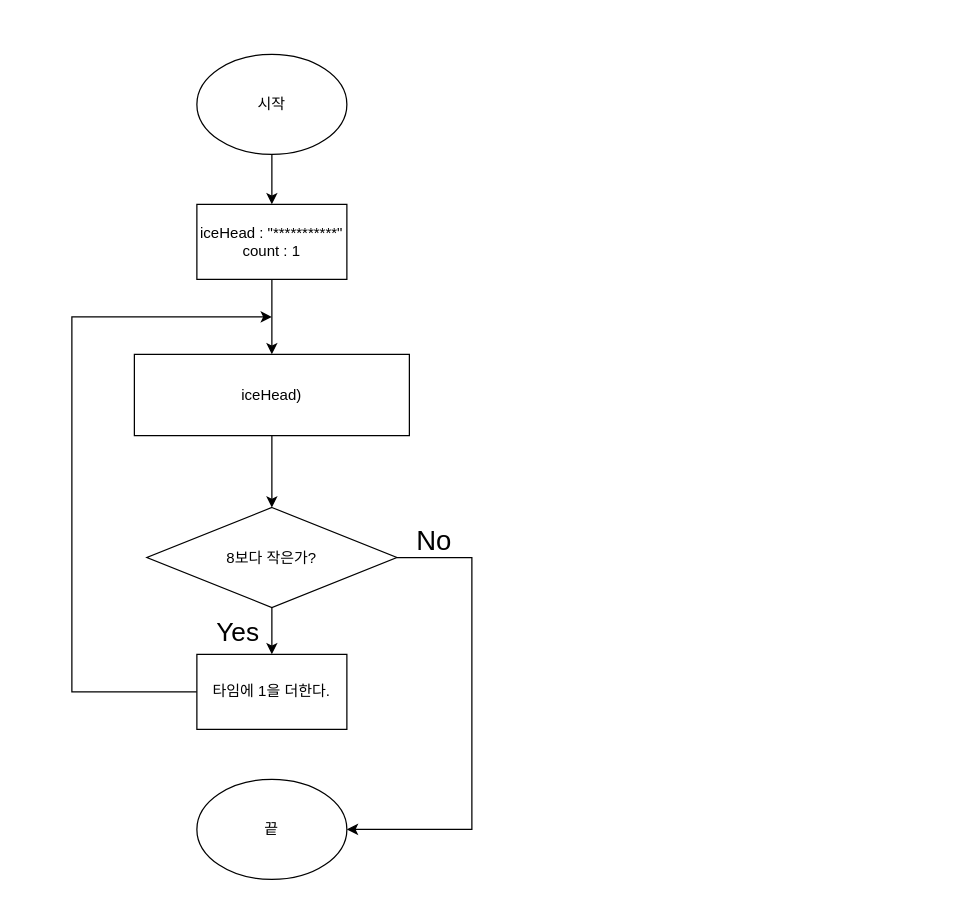
yagom-academy/swift-starter-Round1 keeps this draw.io diagram as CodeStarterCamp_Week1/아이스크림.drawio. Above is the earlier version. Source tidied: cells renumbered, new cells numbered last; positions are measured from the earlier drawing's top-left corner, leaving out a move shared by most shapes. Both pictures are drawn from the tidied source at 125%, with x=0, y=0 at pixel (71, 54).
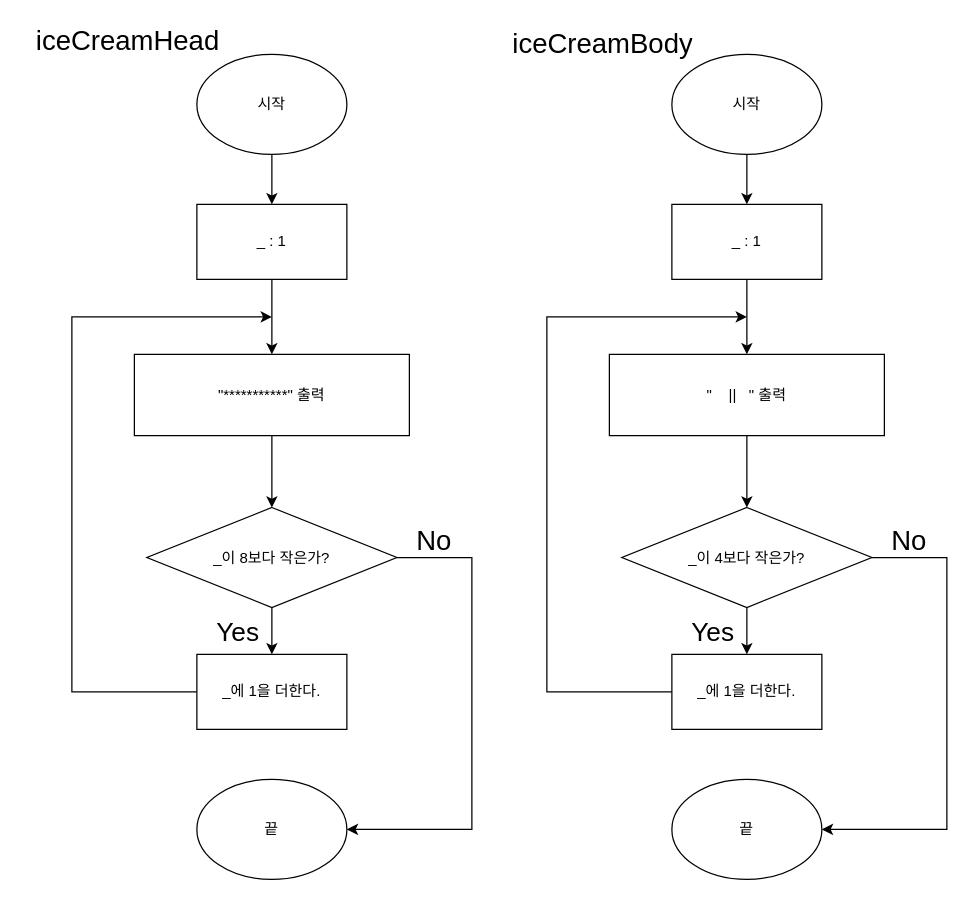
After the change.

Commit message:
아이스크림.drawio 업데이트

The change refers to these unchanged cells:
```xml
<mxCell id="3" value="시작" style="ellipse;whiteSpace=wrap;html=1;" parent="1" vertex="1">
  <mxGeometry x="100" width="120" height="80" as="geometry" />
</mxCell>
<mxCell id="13" value="끝" style="ellipse;whiteSpace=wrap;html=1;" parent="1" vertex="1">
  <mxGeometry x="100" y="580" width="120" height="80" as="geometry" />
</mxCell>
```

The edit, as a diff of the source:
```diff
@@
-    <mxCell id="2" style="edgeStyle=orthogonalEdgeStyle;rounded=0;jettySize=auto;html=1;" parent="1" edge="1" source="3" target="5">
-      <mxGeometry relative="1" as="geometry" />
-    </mxCell>
+    <mxCell id="16" style="edgeStyle=orthogonalEdgeStyle;rounded=0;jettySize=auto;html=1;" parent="1" edge="1" source="3" target="18">
+      <mxGeometry relative="1" as="geometry" />
+    </mxCell>
@@
-    <mxCell id="4" style="edgeStyle=orthogonalEdgeStyle;rounded=0;jettySize=auto;html=1;" parent="1" edge="1" source="5" target="7">
-      <mxGeometry relative="1" as="geometry" />
-    </mxCell>
-    <mxCell id="5" value="iceHead : &quot;***********&quot;&lt;br&gt;count : 1" style="whiteSpace=wrap;html=1;" parent="1" vertex="1">
-      <mxGeometry x="100" y="120" width="120" height="60" as="geometry" />
-    </mxCell>
-    <mxCell id="6" style="edgeStyle=orthogonalEdgeStyle;rounded=0;jettySize=auto;html=1;" parent="1" edge="1" source="7" target="10">
-      <mxGeometry relative="1" as="geometry" />
-    </mxCell>
-    <mxCell id="7" value="iceHead)" style="whiteSpace=wrap;html=1;" parent="1" vertex="1">
-      <mxGeometry x="50" y="240" width="220" height="65" as="geometry" />
-    </mxCell>
-    <mxCell id="8" style="edgeStyle=orthogonalEdgeStyle;rounded=0;jettySize=auto;html=1;" parent="1" edge="1" source="10" target="12">
-      <mxGeometry relative="1" as="geometry" />
-    </mxCell>
-    <mxCell id="9" style="edgeStyle=orthogonalEdgeStyle;rounded=0;jettySize=auto;html=1;exitX=1;exitY=0.5;exitDx=0;exitDy=0;entryX=1;entryY=0.5;entryDx=0;entryDy=0;" parent="1" edge="1" source="10" target="13">
-      <mxGeometry relative="1" as="geometry">
-        <Array as="points">
-          <mxPoint x="320" y="403" />
-          <mxPoint x="320" y="620" />
-        </Array>
-      </mxGeometry>
-    </mxCell>
-    <mxCell id="10" value="8보다 작은가?" style="rhombus;whiteSpace=wrap;html=1;" parent="1" vertex="1">
-      <mxGeometry x="60" y="362.5" width="200" height="80" as="geometry" />
-    </mxCell>
-    <mxCell id="11" style="edgeStyle=orthogonalEdgeStyle;rounded=0;jettySize=auto;html=1;exitX=0;exitY=0.5;exitDx=0;exitDy=0;" parent="1" edge="1" source="12">
-      <mxGeometry relative="1" as="geometry">
-        <mxPoint x="160" y="210" as="targetPoint" />
-        <Array as="points">
-          <mxPoint y="510" />
-          <mxPoint y="210" />
-        </Array>
-      </mxGeometry>
-    </mxCell>
-    <mxCell id="12" value="타임에 1을 더한다." style="whiteSpace=wrap;html=1;" parent="1" vertex="1">
-      <mxGeometry x="100" y="480" width="120" height="60" as="geometry" />
-    </mxCell>
+    <mxCell id="17" style="edgeStyle=orthogonalEdgeStyle;rounded=0;jettySize=auto;html=1;" parent="1" edge="1" source="18" target="20">
+      <mxGeometry relative="1" as="geometry" />
+    </mxCell>
+    <mxCell id="18" value="_ : 1" style="whiteSpace=wrap;html=1;" parent="1" vertex="1">
+      <mxGeometry x="100" y="120" width="120" height="60" as="geometry" />
+    </mxCell>
+    <mxCell id="19" style="edgeStyle=orthogonalEdgeStyle;rounded=0;jettySize=auto;html=1;" parent="1" edge="1" source="20" target="23">
+      <mxGeometry relative="1" as="geometry" />
+    </mxCell>
+    <mxCell id="20" value="&quot;***********&quot; 출력" style="whiteSpace=wrap;html=1;" parent="1" vertex="1">
+      <mxGeometry x="50" y="240" width="220" height="65" as="geometry" />
+    </mxCell>
+    <mxCell id="21" style="edgeStyle=orthogonalEdgeStyle;rounded=0;jettySize=auto;html=1;" parent="1" edge="1" source="23" target="25">
+      <mxGeometry relative="1" as="geometry" />
+    </mxCell>
+    <mxCell id="22" style="edgeStyle=orthogonalEdgeStyle;rounded=0;jettySize=auto;html=1;exitX=1;exitY=0.5;exitDx=0;exitDy=0;entryX=1;entryY=0.5;entryDx=0;entryDy=0;" parent="1" edge="1" source="23" target="13">
+      <mxGeometry relative="1" as="geometry">
+        <Array as="points">
+          <mxPoint x="320" y="403" />
+          <mxPoint x="320" y="620" />
+        </Array>
+      </mxGeometry>
+    </mxCell>
+    <mxCell id="23" value="_이 8보다 작은가?" style="rhombus;whiteSpace=wrap;html=1;" parent="1" vertex="1">
+      <mxGeometry x="60" y="362.5" width="200" height="80" as="geometry" />
+    </mxCell>
+    <mxCell id="24" style="edgeStyle=orthogonalEdgeStyle;rounded=0;jettySize=auto;html=1;exitX=0;exitY=0.5;exitDx=0;exitDy=0;" parent="1" edge="1" source="25">
+      <mxGeometry relative="1" as="geometry">
+        <mxPoint x="160" y="210" as="targetPoint" />
+        <Array as="points">
+          <mxPoint y="510" />
+          <mxPoint y="210" />
+        </Array>
+      </mxGeometry>
+    </mxCell>
+    <mxCell id="25" value="_에 1을 더한다." style="whiteSpace=wrap;html=1;" parent="1" vertex="1">
+      <mxGeometry x="100" y="480" width="120" height="60" as="geometry" />
+    </mxCell>
@@
+    <mxCell id="26" value="&lt;span style=&quot;font-size: 22px;&quot;&gt;iceCreamHead&lt;/span&gt;" style="text;strokeColor=none;fillColor=none;align=center;verticalAlign=middle;spacingLeft=4;spacingRight=4;overflow=hidden;whiteSpace=wrap;html=1;" parent="1" vertex="1">
+      <mxGeometry x="-40" y="-26" width="170" height="26" as="geometry" />
+    </mxCell>
+    <mxCell id="27" style="edgeStyle=orthogonalEdgeStyle;rounded=0;jettySize=auto;html=1;" parent="1" edge="1" source="28" target="30">
+      <mxGeometry relative="1" as="geometry" />
+    </mxCell>
+    <mxCell id="28" value="시작" style="ellipse;whiteSpace=wrap;html=1;" parent="1" vertex="1">
+      <mxGeometry x="480" width="120" height="80" as="geometry" />
+    </mxCell>
+    <mxCell id="29" style="edgeStyle=orthogonalEdgeStyle;rounded=0;jettySize=auto;html=1;" parent="1" edge="1" source="30" target="32">
+      <mxGeometry relative="1" as="geometry" />
+    </mxCell>
+    <mxCell id="30" value="_ : 1" style="whiteSpace=wrap;html=1;" parent="1" vertex="1">
+      <mxGeometry x="480" y="120" width="120" height="60" as="geometry" />
+    </mxCell>
+    <mxCell id="31" style="edgeStyle=orthogonalEdgeStyle;rounded=0;jettySize=auto;html=1;" parent="1" edge="1" source="32" target="35">
+      <mxGeometry relative="1" as="geometry" />
+    </mxCell>
+    <mxCell id="32" value="&quot;&amp;nbsp; &amp;nbsp; ||&amp;nbsp; &amp;nbsp;&quot; 출력" style="whiteSpace=wrap;html=1;" parent="1" vertex="1">
+      <mxGeometry x="430" y="240" width="220" height="65" as="geometry" />
+    </mxCell>
+    <mxCell id="33" style="edgeStyle=orthogonalEdgeStyle;rounded=0;jettySize=auto;html=1;" parent="1" edge="1" source="35" target="37">
+      <mxGeometry relative="1" as="geometry" />
+    </mxCell>
+    <mxCell id="34" style="edgeStyle=orthogonalEdgeStyle;rounded=0;jettySize=auto;html=1;exitX=1;exitY=0.5;exitDx=0;exitDy=0;entryX=1;entryY=0.5;entryDx=0;entryDy=0;" parent="1" edge="1" source="35" target="38">
+      <mxGeometry relative="1" as="geometry">
+        <Array as="points">
+          <mxPoint x="700" y="403" />
+          <mxPoint x="700" y="620" />
+        </Array>
+      </mxGeometry>
+    </mxCell>
+    <mxCell id="35" value="_이 4보다 작은가?" style="rhombus;whiteSpace=wrap;html=1;" parent="1" vertex="1">
+      <mxGeometry x="440" y="362.5" width="200" height="80" as="geometry" />
+    </mxCell>
+    <mxCell id="36" style="edgeStyle=orthogonalEdgeStyle;rounded=0;jettySize=auto;html=1;exitX=0;exitY=0.5;exitDx=0;exitDy=0;" parent="1" edge="1" source="37">
+      <mxGeometry relative="1" as="geometry">
+        <mxPoint x="540" y="210" as="targetPoint" />
+        <Array as="points">
+          <mxPoint x="380" y="510" />
+          <mxPoint x="380" y="210" />
+        </Array>
+      </mxGeometry>
+    </mxCell>
+    <mxCell id="37" value="_에 1을 더한다." style="whiteSpace=wrap;html=1;" parent="1" vertex="1">
+      <mxGeometry x="480" y="480" width="120" height="60" as="geometry" />
+    </mxCell>
+    <mxCell id="38" value="끝" style="ellipse;whiteSpace=wrap;html=1;" parent="1" vertex="1">
+      <mxGeometry x="480" y="580" width="120" height="80" as="geometry" />
+    </mxCell>
+    <mxCell id="39" value="&lt;font style=&quot;font-size: 21px;&quot;&gt;Yes&lt;/font&gt;" style="text;strokeColor=none;fillColor=none;align=left;verticalAlign=top;spacingLeft=4;spacingRight=4;overflow=hidden;whiteSpace=wrap;html=1;" parent="1" vertex="1">
+      <mxGeometry x="490" y="442.5" width="60" height="26" as="geometry" />
+    </mxCell>
+    <mxCell id="40" value="&lt;font style=&quot;font-size: 22px;&quot;&gt;No&lt;/font&gt;" style="text;strokeColor=none;fillColor=none;align=left;verticalAlign=top;spacingLeft=4;spacingRight=4;overflow=hidden;whiteSpace=wrap;html=1;" parent="1" vertex="1">
+      <mxGeometry x="650" y="370" width="60" height="26" as="geometry" />
+    </mxCell>
+    <mxCell id="41" value="&lt;span style=&quot;font-size: 22px;&quot;&gt;iceCreamBody&lt;/span&gt;" style="text;strokeColor=none;fillColor=none;align=center;verticalAlign=middle;spacingLeft=4;spacingRight=4;overflow=hidden;whiteSpace=wrap;html=1;" parent="1" vertex="1">
+      <mxGeometry x="340" y="-26" width="170" height="36" as="geometry" />
+    </mxCell>
```
